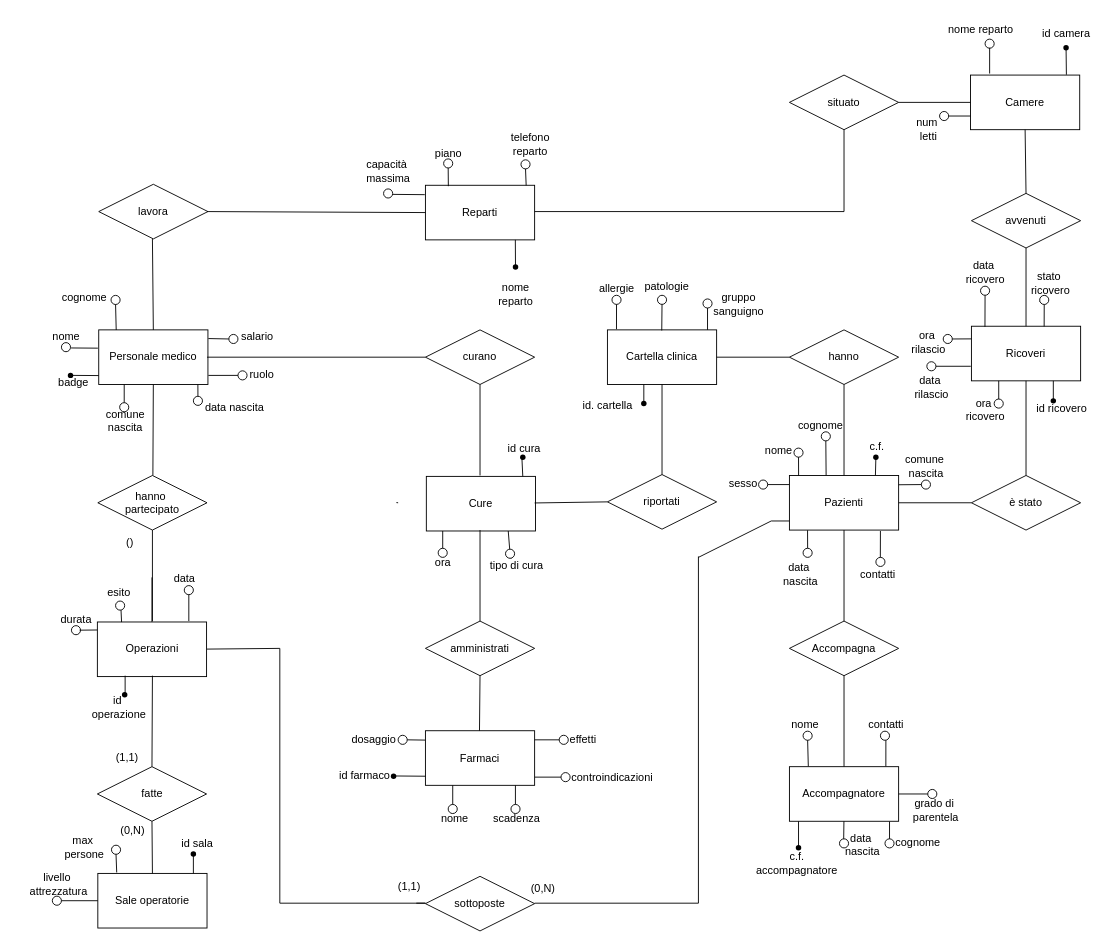
This is ER-ristru.drawio from MicheleDioli/UniPD-database-project-2024, a draw.io file, before an edit. Source tidied: cells renumbered, new cells numbered last; positions are measured from the earlier drawing's top-left corner, leaving out a move shared by most shapes. Both pictures are drawn from the tidied source at 91%, with x=0, y=0 at pixel (15, 15).
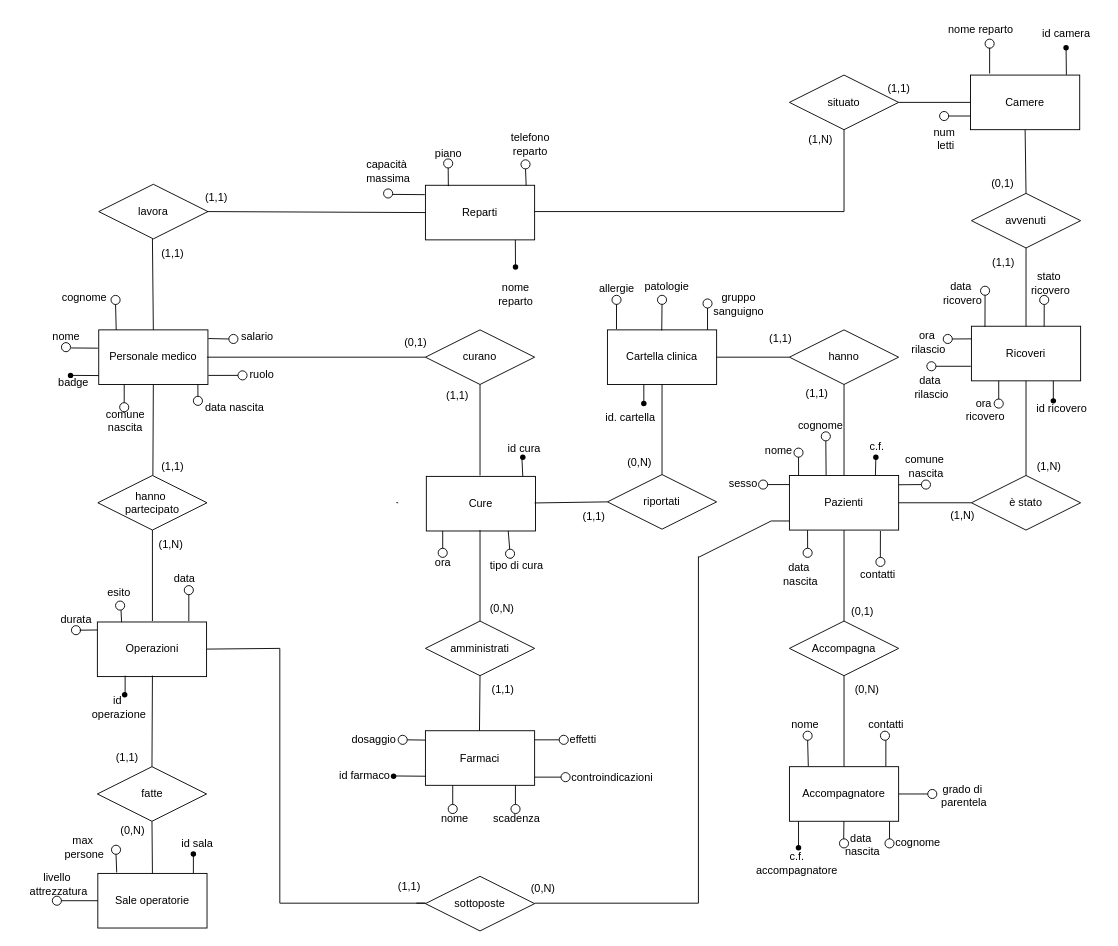
Above is the later version.

Unchanged cells that the change refers to:
```xml
<mxCell id="8" value="Operazioni" style="rounded=0;whiteSpace=wrap;html=1;" parent="1" vertex="1">
  <mxGeometry x="89.5" y="666" width="120" height="60" as="geometry" />
</mxCell>
```

Diff of the diagram source:
```diff
@@
     <mxCell id="25" value="num&lt;div&gt;&amp;nbsp;letti&lt;/div&gt;" style="text;html=1;align=center;verticalAlign=middle;strokeColor=none;fillColor=none;" parent="1" vertex="1">
-      <mxGeometry x="976" y="104.9" width="50" height="40" as="geometry" />
+      <mxGeometry x="995" y="115" width="50" height="40" as="geometry" />
     </mxCell>
@@
     <mxCell id="37" value="id. cartella" style="text;html=1;align=center;verticalAlign=middle;strokeColor=none;fillColor=none;" parent="1" vertex="1">
-      <mxGeometry x="610" y="413" width="80" height="30" as="geometry" />
+      <mxGeometry x="635" y="427" width="80" height="30" as="geometry" />
     </mxCell>
@@
     <mxCell id="56" value="grado di&lt;div&gt;&amp;nbsp;parentela&lt;/div&gt;" style="text;html=1;align=center;verticalAlign=middle;strokeColor=none;fillColor=none;" parent="1" vertex="1">
-      <mxGeometry x="969" y="852.5" width="80" height="40" as="geometry" />
+      <mxGeometry x="1000" y="836.5" width="80" height="40" as="geometry" />
     </mxCell>
@@
-    <mxCell id="92" style="endArrow=none;html=1;exitX=0.5;exitY=0;exitDx=0;exitDy=0;entryX=0.5;entryY=1;entryDx=0;entryDy=0;" parent="1" edge="1" source="8">
-      <mxGeometry relative="1" as="geometry">
-        <mxPoint x="149.5" y="617" as="targetPoint" />
-      </mxGeometry>
-    </mxCell>
@@
     <mxCell id="136" value="data&amp;nbsp;&lt;div&gt;ricovero&lt;/div&gt;" style="text;html=1;align=center;verticalAlign=middle;strokeColor=none;fillColor=none;" parent="1" vertex="1">
-      <mxGeometry x="1030" y="262" width="70" height="40" as="geometry" />
+      <mxGeometry x="1005" y="285" width="70" height="40" as="geometry" />
     </mxCell>
@@
-    <mxCell id="218" value="()" style="text;html=1;align=center;verticalAlign=middle;strokeColor=none;fillColor=none;" parent="1" vertex="1">
-      <mxGeometry x="109.5" y="564" width="30" height="30" as="geometry" />
-    </mxCell>
@@
+    <mxCell id="225" value="(1,N)" style="text;html=1;align=center;verticalAlign=middle;strokeColor=none;fillColor=none;" parent="1" vertex="1">
+      <mxGeometry x="145" y="566" width="50" height="30" as="geometry" />
+    </mxCell>
+    <mxCell id="226" value="(1,1)" style="text;html=1;align=center;verticalAlign=middle;strokeColor=none;fillColor=none;" parent="1" vertex="1">
+      <mxGeometry x="147" y="480" width="50" height="30" as="geometry" />
+    </mxCell>
+    <mxCell id="227" value="(1,1)" style="text;html=1;align=center;verticalAlign=middle;strokeColor=none;fillColor=none;" parent="1" vertex="1">
+      <mxGeometry x="147" y="246.1" width="50" height="30" as="geometry" />
+    </mxCell>
+    <mxCell id="228" value="(1,1)" style="text;html=1;align=center;verticalAlign=middle;strokeColor=none;fillColor=none;" parent="1" vertex="1">
+      <mxGeometry x="195" y="185" width="50" height="30" as="geometry" />
+    </mxCell>
+    <mxCell id="229" value="(1,N)" style="text;html=1;align=center;verticalAlign=middle;strokeColor=none;fillColor=none;" parent="1" vertex="1">
+      <mxGeometry x="859" y="121.1" width="50" height="30" as="geometry" />
+    </mxCell>
+    <mxCell id="230" value="(1,1)" style="text;html=1;align=center;verticalAlign=middle;strokeColor=none;fillColor=none;" parent="1" vertex="1">
+      <mxGeometry x="945" y="65" width="50" height="30" as="geometry" />
+    </mxCell>
+    <mxCell id="231" value="(0,1)" style="text;html=1;align=center;verticalAlign=middle;strokeColor=none;fillColor=none;" parent="1" vertex="1">
+      <mxGeometry x="1059" y="170.1" width="50" height="30" as="geometry" />
+    </mxCell>
+    <mxCell id="232" value="(1,1)" style="text;html=1;align=center;verticalAlign=middle;strokeColor=none;fillColor=none;" parent="1" vertex="1">
+      <mxGeometry x="1060" y="256" width="50" height="30" as="geometry" />
+    </mxCell>
+    <mxCell id="233" value="(1,N)" style="text;html=1;align=center;verticalAlign=middle;strokeColor=none;fillColor=none;" parent="1" vertex="1">
+      <mxGeometry x="1110" y="480" width="50" height="30" as="geometry" />
+    </mxCell>
+    <mxCell id="234" value="(1,N)" style="text;html=1;align=center;verticalAlign=middle;strokeColor=none;fillColor=none;" parent="1" vertex="1">
+      <mxGeometry x="1015" y="534" width="50" height="30" as="geometry" />
+    </mxCell>
+    <mxCell id="235" value="(0,N)" style="text;html=1;align=center;verticalAlign=middle;strokeColor=none;fillColor=none;" parent="1" vertex="1">
+      <mxGeometry x="910" y="726" width="50" height="30" as="geometry" />
+    </mxCell>
+    <mxCell id="236" value="(0,1)" style="text;html=1;align=center;verticalAlign=middle;strokeColor=none;fillColor=none;" parent="1" vertex="1">
+      <mxGeometry x="905" y="640" width="50" height="30" as="geometry" />
+    </mxCell>
+    <mxCell id="237" value="(1,1)" style="text;html=1;align=center;verticalAlign=middle;strokeColor=none;fillColor=none;" parent="1" vertex="1">
+      <mxGeometry x="815" y="340" width="50" height="30" as="geometry" />
+    </mxCell>
+    <mxCell id="238" value="(1,1)" style="text;html=1;align=center;verticalAlign=middle;strokeColor=none;fillColor=none;" parent="1" vertex="1">
+      <mxGeometry x="855" y="400" width="50" height="30" as="geometry" />
+    </mxCell>
+    <mxCell id="239" value="(0,N)" style="text;html=1;align=center;verticalAlign=middle;strokeColor=none;fillColor=none;" parent="1" vertex="1">
+      <mxGeometry x="660" y="476" width="50" height="30" as="geometry" />
+    </mxCell>
+    <mxCell id="240" value="(1,1)" style="text;html=1;align=center;verticalAlign=middle;strokeColor=none;fillColor=none;" parent="1" vertex="1">
+      <mxGeometry x="610" y="535" width="50" height="30" as="geometry" />
+    </mxCell>
+    <mxCell id="241" value="(0,N)" style="text;html=1;align=center;verticalAlign=middle;strokeColor=none;fillColor=none;" parent="1" vertex="1">
+      <mxGeometry x="509" y="636" width="50" height="30" as="geometry" />
+    </mxCell>
+    <mxCell id="242" value="(1,1)" style="text;html=1;align=center;verticalAlign=middle;strokeColor=none;fillColor=none;" parent="1" vertex="1">
+      <mxGeometry x="510" y="725" width="50" height="30" as="geometry" />
+    </mxCell>
+    <mxCell id="243" value="(1,1)" style="text;html=1;align=center;verticalAlign=middle;strokeColor=none;fillColor=none;" parent="1" vertex="1">
+      <mxGeometry x="460" y="403" width="50" height="30" as="geometry" />
+    </mxCell>
+    <mxCell id="244" value="(0,1)" style="text;html=1;align=center;verticalAlign=middle;strokeColor=none;fillColor=none;" parent="1" vertex="1">
+      <mxGeometry x="414" y="344" width="50" height="30" as="geometry" />
+    </mxCell>
```
